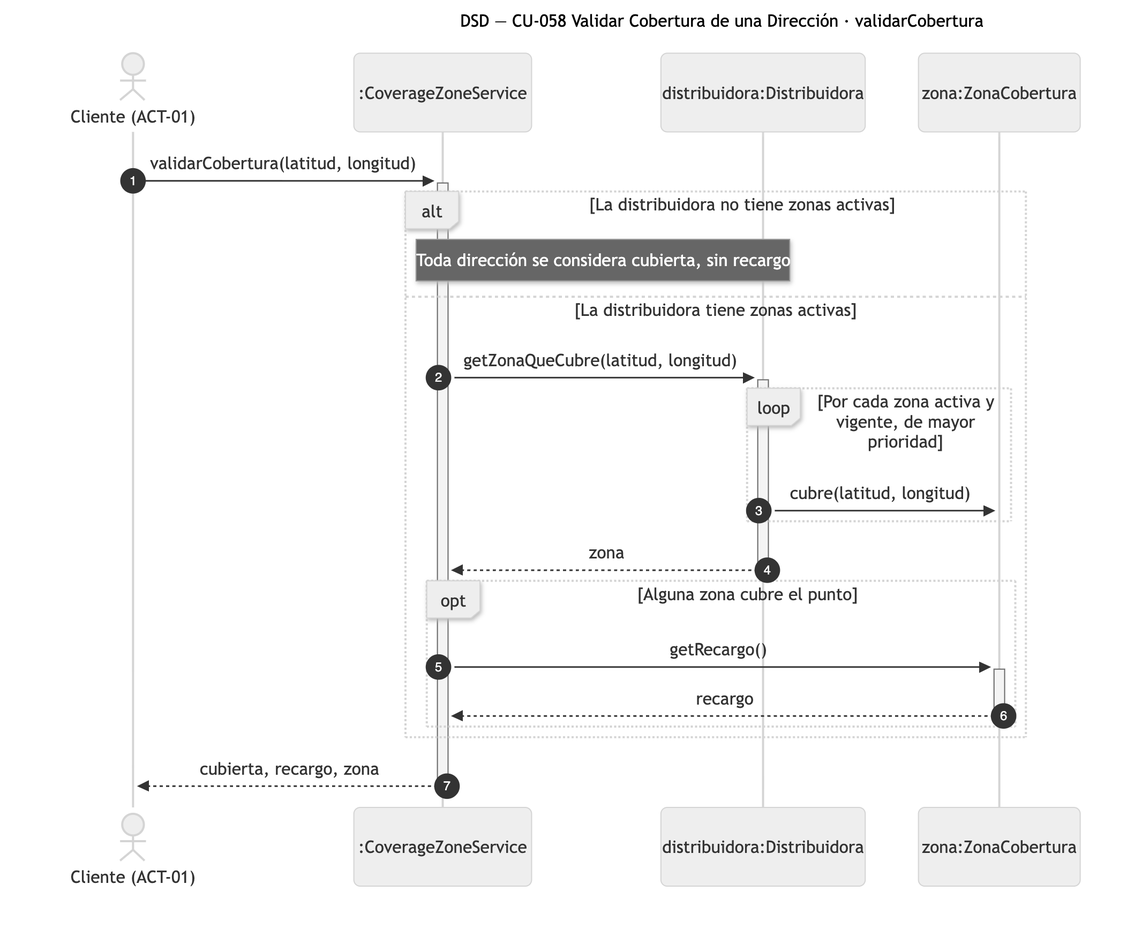
Earlier version of the Mermaid export diagramas/png/DSD_CU-058_validarCobertura.png (Nahuelito-Dev/splg-docs). Its source is kept beside it as diagramas/DSD_CU-058_validarCobertura.mmd. The source it was exported from:
```mermaid
sequenceDiagram
    title DSD — CU-058 Validar Cobertura de una Dirección · validarCobertura
    autonumber
    actor CLI as Cliente (ACT-01)
    participant SRV as :CoverageZoneService
    participant DIS as distribuidora:Distribuidora
    participant ZON as zona:ZonaCobertura

    CLI->>+SRV: validarCobertura(latitud, longitud)
    alt La distribuidora no tiene zonas activas
        Note over SRV,DIS: Toda dirección se considera cubierta, sin recargo
    else La distribuidora tiene zonas activas
        SRV->>+DIS: getZonaQueCubre(latitud, longitud)
        loop Por cada zona activa y vigente, de mayor prioridad
            DIS->>ZON: cubre(latitud, longitud)
        end
        DIS-->>-SRV: zona
        opt Alguna zona cubre el punto
            SRV->>+ZON: getRecargo()
            ZON-->>-SRV: recargo
        end
    end
    SRV-->>-CLI: cubierta, recargo, zona
```
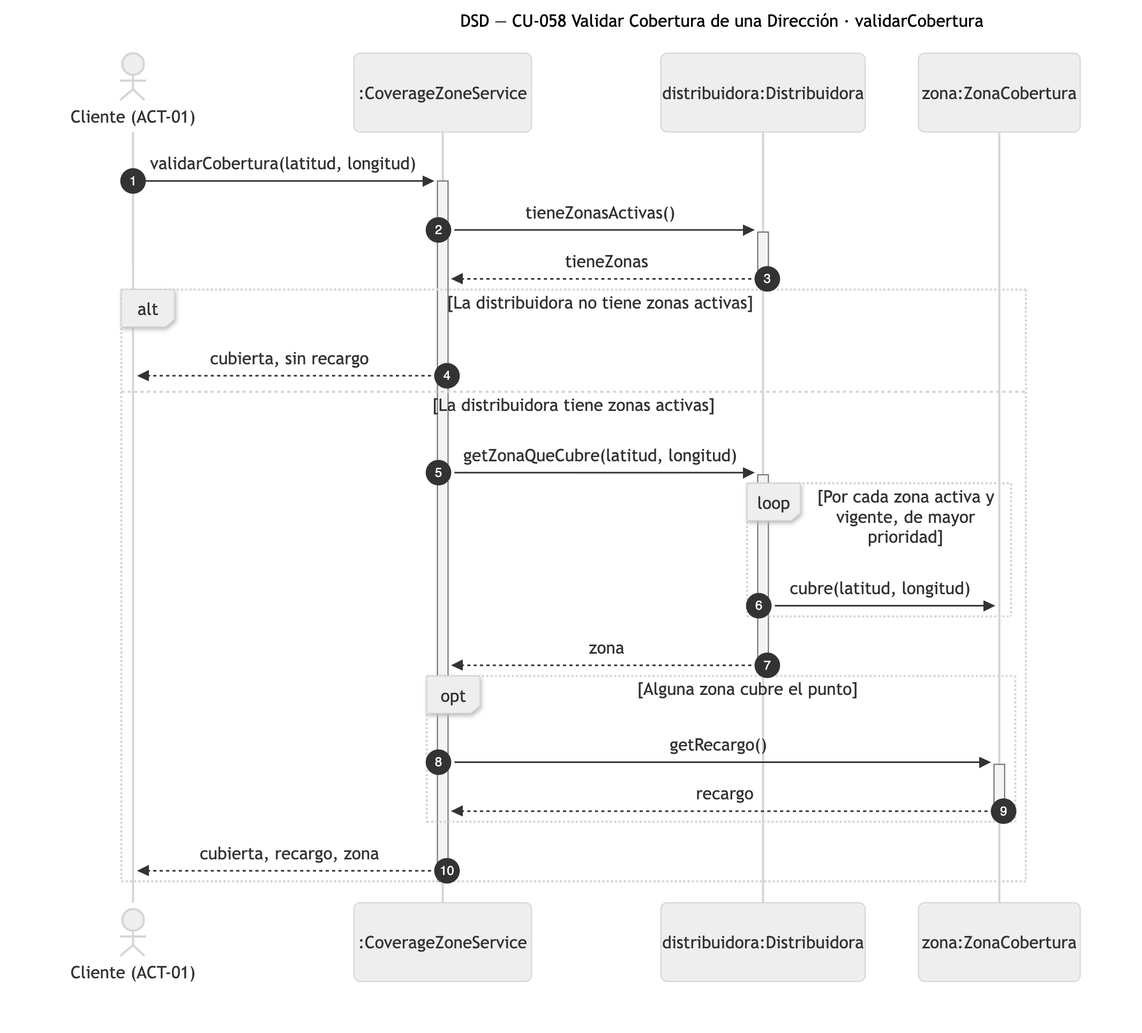
Above is the later version.

What changed in the source:
```diff
@@ -7,8 +7,10 @@
     participant ZON as zona:ZonaCobertura
 
     CLI->>+SRV: validarCobertura(latitud, longitud)
+    SRV->>+DIS: tieneZonasActivas()
+    DIS-->>-SRV: tieneZonas
     alt La distribuidora no tiene zonas activas
-        Note over SRV,DIS: Toda dirección se considera cubierta, sin recargo
+        SRV-->>CLI: cubierta, sin recargo
     else La distribuidora tiene zonas activas
         SRV->>+DIS: getZonaQueCubre(latitud, longitud)
         loop Por cada zona activa y vigente, de mayor prioridad
@@ -19,5 +21,6 @@
             SRV->>+ZON: getRecargo()
             ZON-->>-SRV: recargo
         end
+        SRV-->>CLI: cubierta, recargo, zona
     end
-    SRV-->>-CLI: cubierta, recargo, zona
+    deactivate SRV
```
